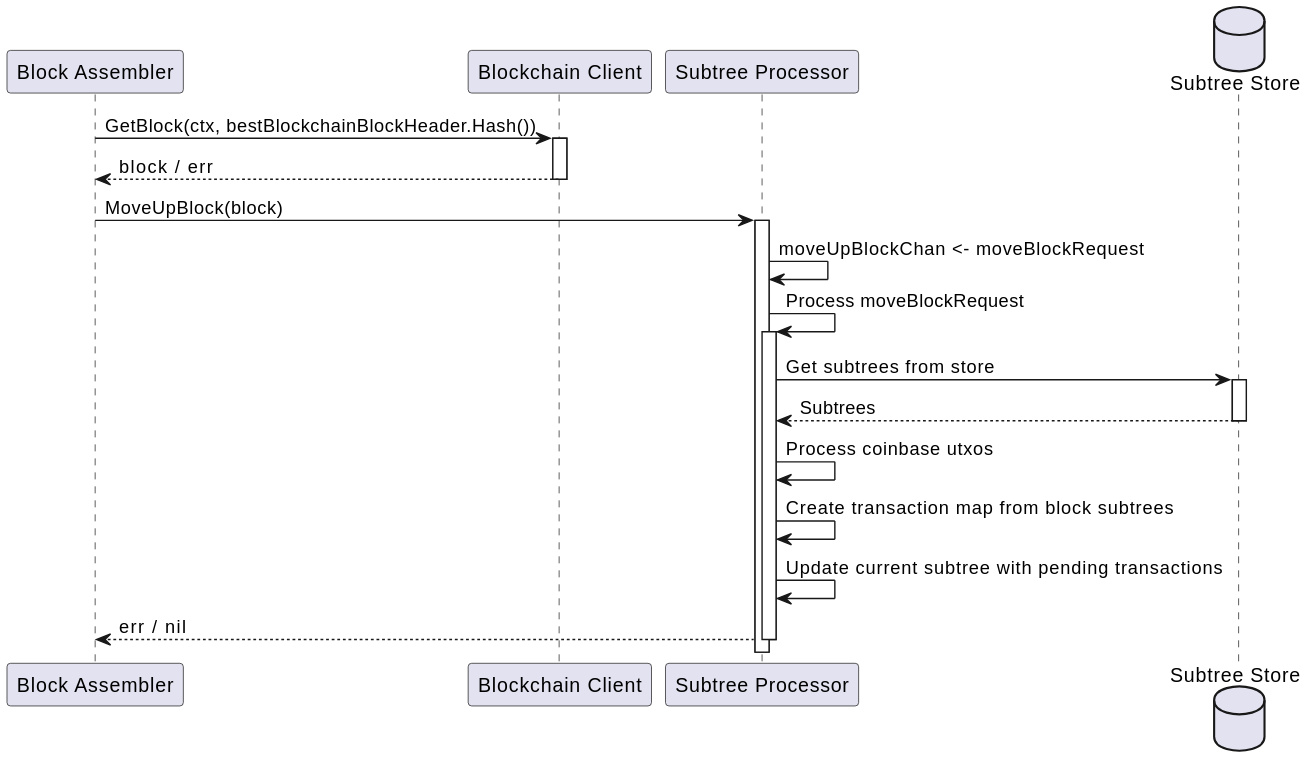
This is docs/services/img/plantuml/blockassembly/block_assembly_move_up.svg from freemans13/teranode, a PlantUML export, as it was before one commit. Its source is kept beside it as docs/services/img/plantuml/blockassembly/block_assembly_move_up.puml. Its diagram source:
```plantuml
@startuml

participant "Block Assembler" as BA
participant "Blockchain Client" as BC
participant "Subtree Processor" as STP
database "Subtree Store" as SStore

BA -> BC: GetBlock(ctx, bestBlockchainBlockHeader.Hash())
activate BC
BC --> BA: block / err
deactivate BC
BA -> STP: MoveUpBlock(block)
activate STP

STP -> STP: moveUpBlockChan <- moveBlockRequest
STP -> STP: Process moveBlockRequest
activate STP

STP -> SStore: Get subtrees from store
activate SStore
SStore --> STP: Subtrees
deactivate SStore

STP -> STP: Process coinbase utxos
STP -> STP: Create transaction map from block subtrees
STP -> STP: Update current subtree with pending transactions

STP --> BA: err / nil
deactivate STP
deactivate BA

@enduml
```
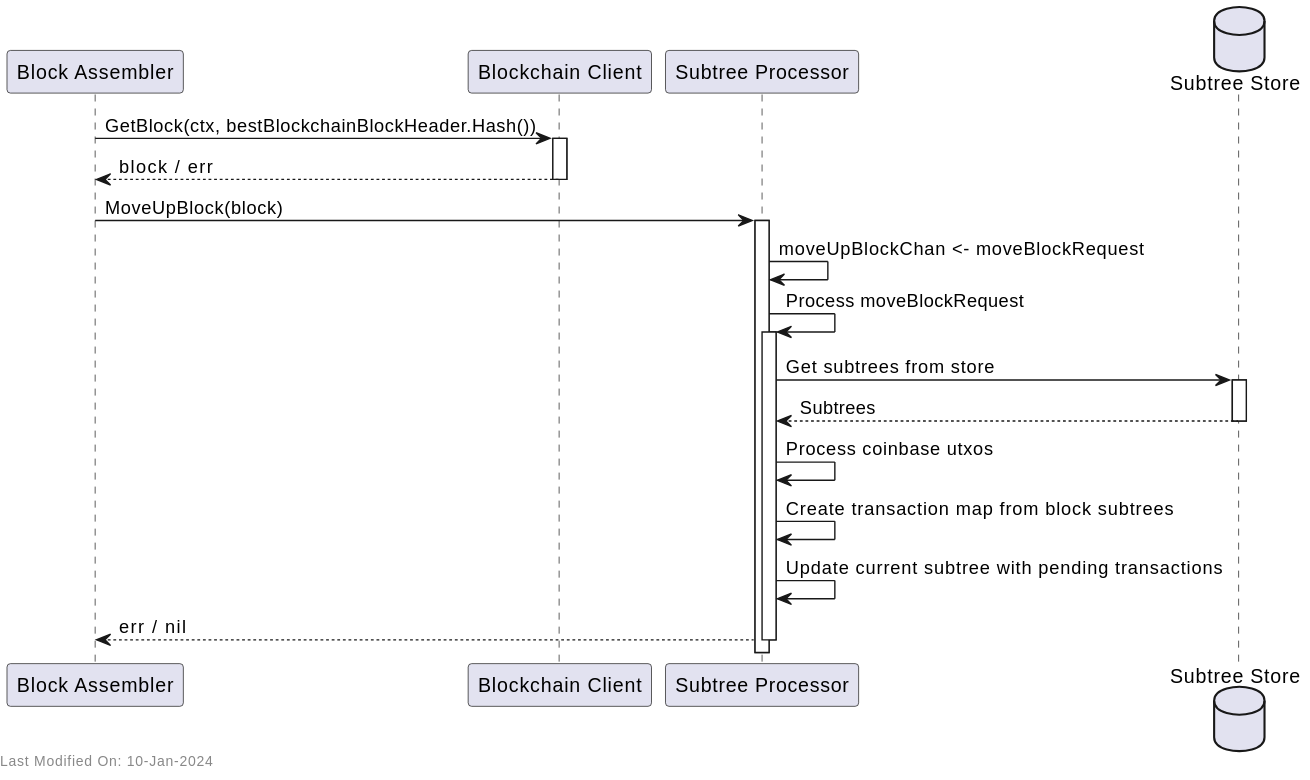
The same file after the commit.

What changed in the source:
```diff
@@ -29,4 +29,6 @@
 deactivate STP
 deactivate BA
 
+left footer Last Modified On: 10-Jan-2024
+
 @enduml
```
